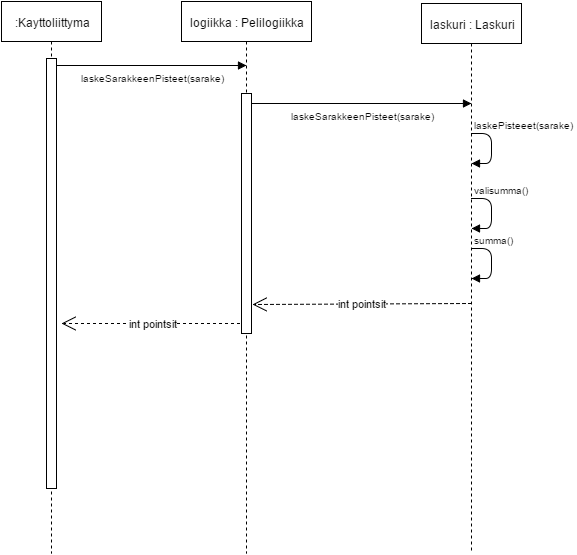
Earlier version of the draw.io export dokumentaatio/Yatzy sekvenssikaavio laske pisteet.png (iirekola/Yatzy). Source tidied: cells renumbered, new cells last; positions are measured from the earlier drawing's top-left corner, leaving out a move shared by most shapes.
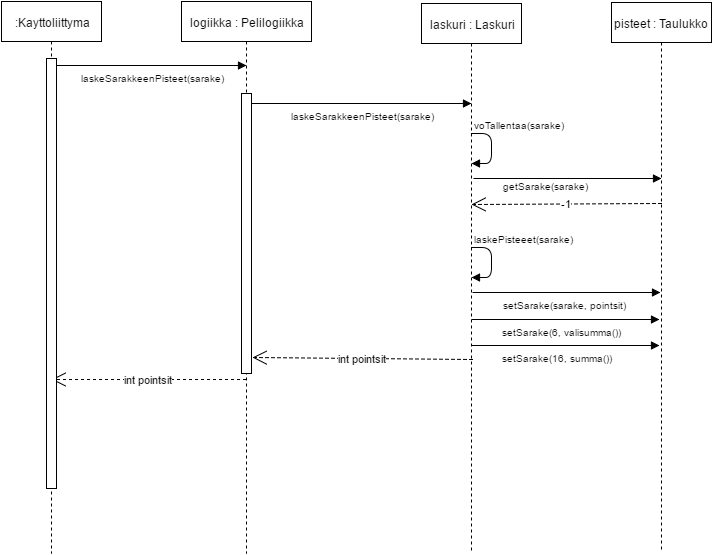
Later version of the same file.

Commit message:
luokkakaavio, sekvenssikaavio ja muuta pienta

Diff of the diagram source:
```diff
@@ -20,10 +20,12 @@
     <mxCell id="5" value="laskuri : Laskuri" style="shape=umlLifeline;perimeter=lifelinePerimeter;whiteSpace=wrap;html=1;fillColor=#ffffff;" parent="1" vertex="1">
       <mxGeometry x="420" y="2" width="100" height="550" as="geometry" />
     </mxCell>
-    <mxCell id="6" value="int pointsit" style="endArrow=open;endSize=12;dashed=1;html=1;entryX=1.5;entryY=0.616;entryPerimeter=0;" parent="1" edge="1" source="4" target="8">
-      <mxGeometry x="-20" y="255" as="geometry">
+    <mxCell id="6" value="int pointsit" style="endArrow=open;endSize=12;dashed=1;html=1;" parent="1" edge="1">
+      <mxGeometry x="-20" y="311" as="geometry">
+        <mxPoint x="244.5" y="378" as="sourcePoint" />
+        <mxPoint x="50" y="378" as="targetPoint" />
         <Array as="points">
-          <mxPoint x="200" y="322" />
+          <mxPoint x="200" y="378" />
         </Array>
       </mxGeometry>
     </mxCell>
@@ -50,42 +52,83 @@
         </Array>
       </mxGeometry>
     </mxCell>
-    <mxCell id="10" value="laskePisteeet(sarake)" style="html=1;align=left;verticalAlign=bottom;labelBackgroundColor=#ffffff;fontSize=10;" parent="9" vertex="1">
+    <mxCell id="10" value="voTallentaa(sarake)" style="html=1;align=left;verticalAlign=bottom;labelBackgroundColor=#ffffff;fontSize=10;" parent="9" vertex="1">
       <mxGeometry x="-1" relative="1" as="geometry" />
     </mxCell>
-    <mxCell id="11" style="endArrow=block;endFill=1;html=1;edgeStyle=orthogonalEdgeStyle;align=left;verticalAlign=top;entryX=0.5;entryY=0.267;entryPerimeter=0;" parent="1" edge="1">
-      <mxGeometry x="400" y="255" as="geometry">
-        <mxPoint x="470" y="247" as="sourcePoint" />
-        <mxPoint x="470" y="277" as="targetPoint" />
-        <Array as="points">
-          <mxPoint x="490" y="247" />
-          <mxPoint x="490" y="277" />
-        </Array>
-      </mxGeometry>
-    </mxCell>
-    <mxCell id="12" value="summa()" style="html=1;align=left;verticalAlign=bottom;labelBackgroundColor=#ffffff;fontSize=10;" parent="11" vertex="1">
-      <mxGeometry x="-1" relative="1" as="geometry" />
-    </mxCell>
-    <mxCell id="13" style="endArrow=block;endFill=1;html=1;edgeStyle=orthogonalEdgeStyle;align=left;verticalAlign=top;entryX=0.5;entryY=0.267;entryPerimeter=0;" parent="1" edge="1">
-      <mxGeometry x="400" y="205" as="geometry">
-        <mxPoint x="470" y="197" as="sourcePoint" />
-        <mxPoint x="470" y="227" as="targetPoint" />
-        <Array as="points">
-          <mxPoint x="490" y="197" />
-          <mxPoint x="490" y="227" />
-        </Array>
-      </mxGeometry>
-    </mxCell>
-    <mxCell id="14" value="valisumma()" style="html=1;align=left;verticalAlign=bottom;labelBackgroundColor=#ffffff;fontSize=10;" parent="13" vertex="1">
-      <mxGeometry x="-1" relative="1" as="geometry" />
-    </mxCell>
-    <mxCell id="15" value="int pointsit" style="endArrow=open;endSize=12;dashed=1;html=1;entryX=1.1;entryY=0.879;entryPerimeter=0;" parent="1" edge="1" target="16">
-      <mxGeometry x="250" y="310" as="geometry">
-        <mxPoint x="470" y="302" as="sourcePoint" />
+    <mxCell id="15" value="int pointsit" style="endArrow=open;endSize=12;dashed=1;html=1;entryX=1.1;entryY=0.879;entryPerimeter=0;exitX=0.51;exitY=0.615;exitPerimeter=0;" parent="1" edge="1">
+      <mxGeometry x="250" y="328" as="geometry">
+        <mxPoint x="471" y="358" as="sourcePoint" />
+        <mxPoint x="251" y="356" as="targetPoint" />
       </mxGeometry>
     </mxCell>
     <mxCell id="16" style="whiteSpace=wrap;html=1;" parent="1" vertex="1">
-      <mxGeometry x="240" y="92" width="10" height="240" as="geometry" />
+      <mxGeometry x="240" y="92" width="10" height="280" as="geometry" />
     </mxCell>
+    <mxCell id="17" value="pisteet : Taulukko" style="shape=umlLifeline;perimeter=lifelinePerimeter;whiteSpace=wrap;html=1;fillColor=#ffffff;" parent="1" vertex="1">
+      <mxGeometry x="610" y="1" width="100" height="550" as="geometry" />
+    </mxCell>
+    <mxCell id="18" style="endArrow=block;endFill=1;html=1;edgeStyle=orthogonalEdgeStyle;align=left;verticalAlign=top;entryX=0.5;entryY=0.267;entryPerimeter=0;" parent="1" edge="1">
+      <mxGeometry x="400" y="254" as="geometry">
+        <mxPoint x="470" y="246" as="sourcePoint" />
+        <mxPoint x="470" y="276" as="targetPoint" />
+        <Array as="points">
+          <mxPoint x="490" y="246" />
+          <mxPoint x="490" y="276" />
+        </Array>
+      </mxGeometry>
+    </mxCell>
+    <mxCell id="19" value="laskePisteeet(sarake)" style="html=1;align=left;verticalAlign=bottom;labelBackgroundColor=#ffffff;fontSize=10;" parent="18" vertex="1">
+      <mxGeometry x="-1" relative="1" as="geometry" />
+    </mxCell>
+    <mxCell id="20" value="&lt;font style=&quot;font-size: 10px&quot;&gt;getSarake(sarake)&lt;/font&gt;" style="endArrow=block;endFill=1;html=1;edgeStyle=orthogonalEdgeStyle;align=left;verticalAlign=top;" parent="1" edge="1">
+      <mxGeometry as="geometry">
+        <mxPoint x="472" y="177" as="sourcePoint" />
+        <mxPoint x="660" y="177" as="targetPoint" />
+        <Array as="points">
+          <mxPoint x="472" y="177" />
+          <mxPoint x="660" y="177" />
+        </Array>
+        <mxPoint x="-66" y="-5" as="offset" />
+      </mxGeometry>
+    </mxCell>
+    <mxCell id="21" value="-1" style="endArrow=open;endSize=12;dashed=1;html=1;" parent="1" edge="1">
+      <mxGeometry x="440" y="210" as="geometry">
+        <mxPoint x="660" y="202" as="sourcePoint" />
+        <mxPoint x="470" y="203" as="targetPoint" />
+      </mxGeometry>
+    </mxCell>
+    <mxCell id="22" value="&lt;font style=&quot;font-size: 10px&quot;&gt;setSarake(sarake, pointsit)&lt;/font&gt;" style="endArrow=block;endFill=1;html=1;edgeStyle=orthogonalEdgeStyle;align=left;verticalAlign=top;" parent="1" edge="1">
+      <mxGeometry as="geometry">
+        <mxPoint x="471" y="291" as="sourcePoint" />
+        <mxPoint x="659" y="291" as="targetPoint" />
+        <Array as="points">
+          <mxPoint x="471" y="291" />
+          <mxPoint x="659" y="291" />
+        </Array>
+        <mxPoint x="-65" as="offset" />
+      </mxGeometry>
+    </mxCell>
+    <mxCell id="23" value="&lt;font style=&quot;font-size: 10px&quot;&gt;setSarake(6, valisumma())&lt;/font&gt;" style="endArrow=block;endFill=1;html=1;edgeStyle=orthogonalEdgeStyle;align=left;verticalAlign=top;" parent="1" edge="1">
+      <mxGeometry x="-1" y="27" as="geometry">
+        <mxPoint x="470" y="318" as="sourcePoint" />
+        <mxPoint x="658" y="318" as="targetPoint" />
+        <Array as="points">
+          <mxPoint x="470" y="318" />
+          <mxPoint x="658" y="318" />
+        </Array>
+        <mxPoint x="-65" as="offset" />
+      </mxGeometry>
+    </mxCell>
+    <mxCell id="24" value="&lt;font style=&quot;font-size: 10px&quot;&gt;setSarake(16, summa())&lt;/font&gt;" style="endArrow=block;endFill=1;html=1;edgeStyle=orthogonalEdgeStyle;align=left;verticalAlign=top;" parent="1" edge="1">
+      <mxGeometry x="-1" y="53" as="geometry">
+        <mxPoint x="470" y="344" as="sourcePoint" />
+        <mxPoint x="658" y="344" as="targetPoint" />
+        <Array as="points">
+          <mxPoint x="470" y="344" />
+          <mxPoint x="658" y="344" />
+        </Array>
+        <mxPoint x="-65" as="offset" />
+      </mxGeometry>
+    </mxCell>
   </root>
 </mxGraphModel>
```
